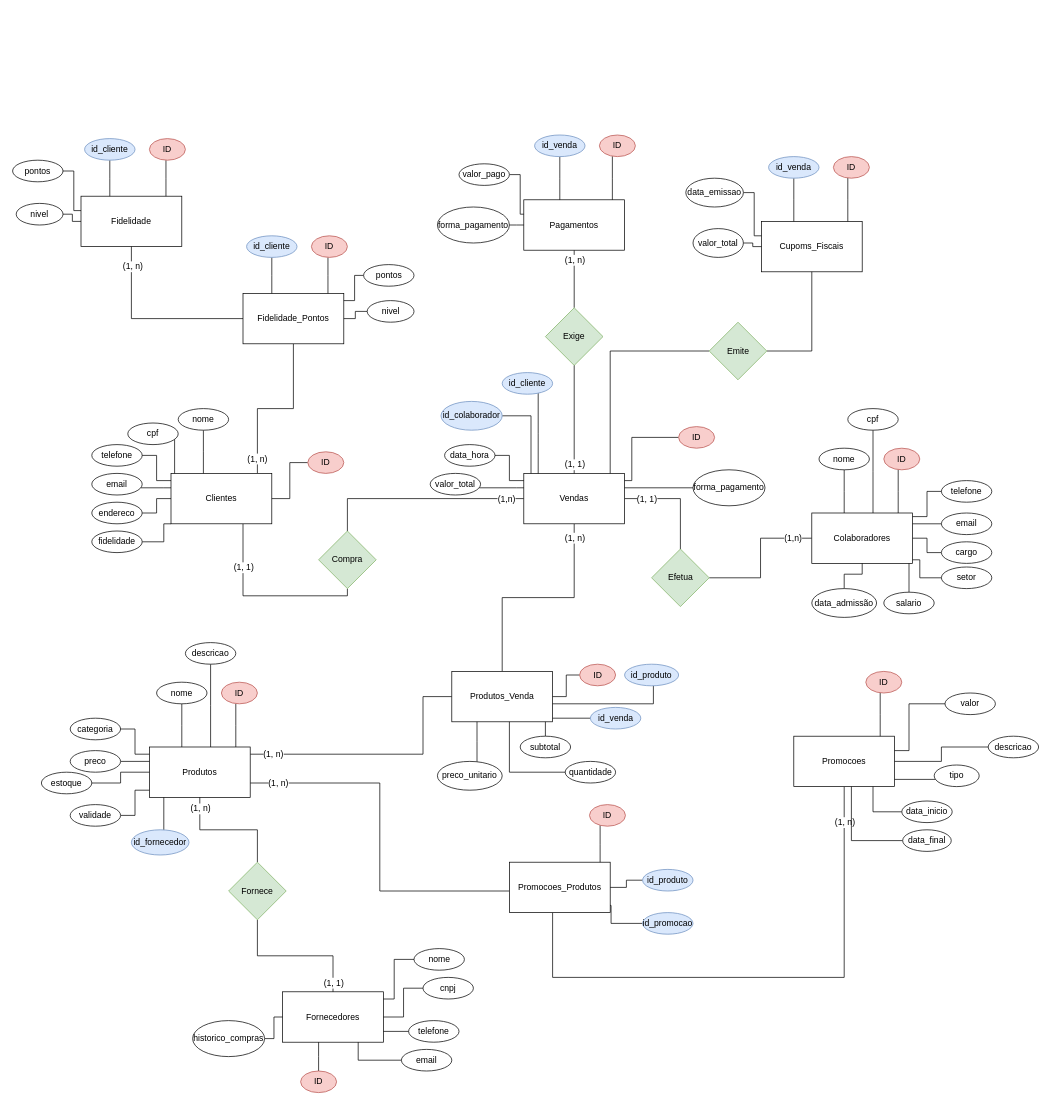
This is sistema_mercado.drawio from rafitsdev/db_supermercado, a draw.io file, before an edit. Source tidied: cells renumbered, new cells numbered last; positions are measured from the earlier drawing's top-left corner, leaving out a move shared by most shapes. Both pictures are drawn from the tidied source at 72%, with x=0, y=0 at pixel (12, 135).
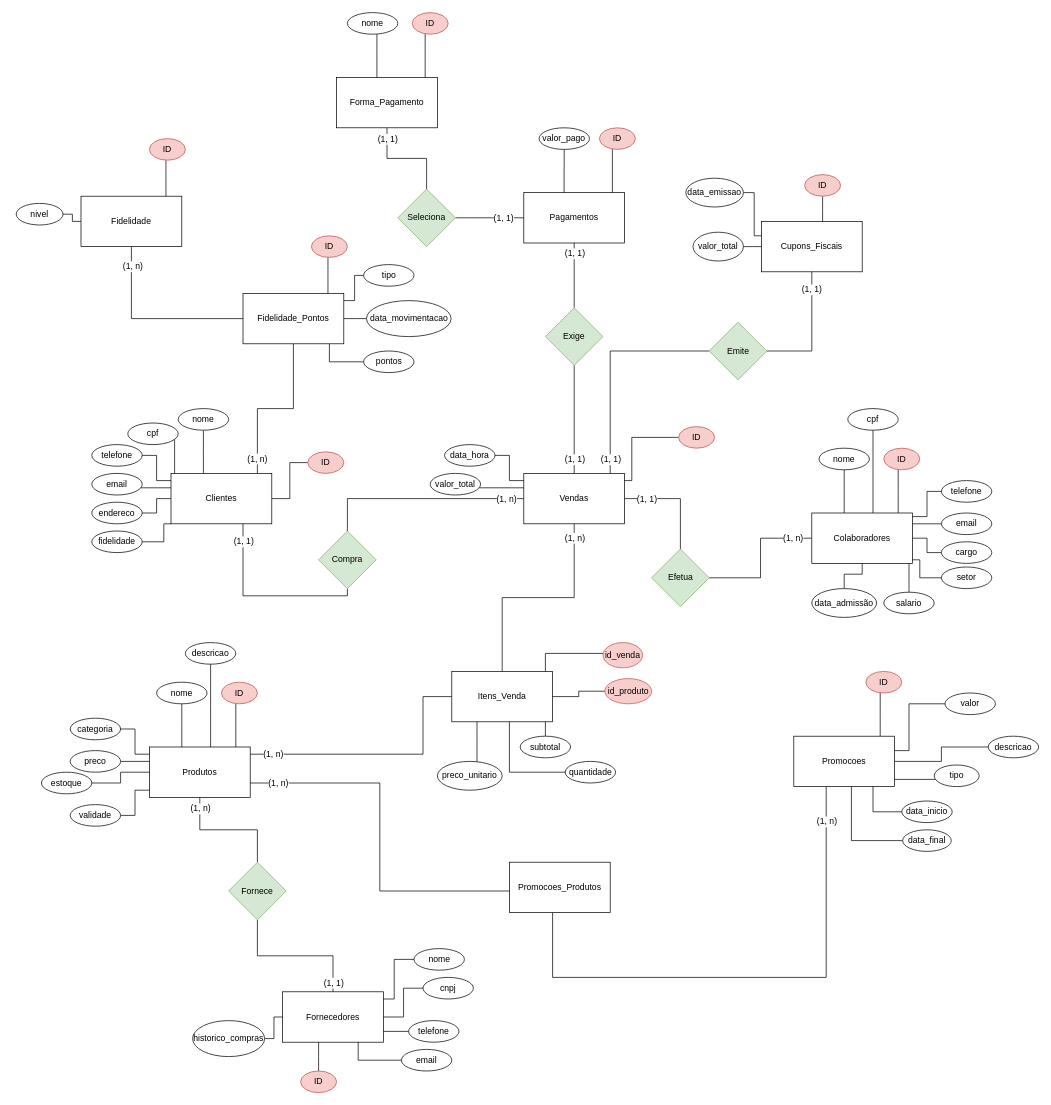
Above is the later version.

The change refers to these unchanged cells:
```xml
<mxCell id="2" style="edgeStyle=orthogonalEdgeStyle;rounded=0;jettySize=auto;html=1;fontSize=12;startSize=8;endSize=8;endArrow=none;startFill=0;" parent="1" edge="1" source="6" target="160">
  <mxGeometry relative="1" as="geometry">
    <Array as="points">
      <mxPoint x="320" y="640" />
      <mxPoint x="465" y="640" />
    </Array>
  </mxGeometry>
</mxCell>
<mxCell id="21" style="edgeStyle=orthogonalEdgeStyle;rounded=0;jettySize=auto;html=1;exitX=0;exitY=0.5;exitDx=0;exitDy=0;fontSize=12;startSize=8;endSize=8;endArrow=none;startFill=0;" parent="1" edge="1" source="23" target="159">
  <mxGeometry relative="1" as="geometry" />
</mxCell>
<mxCell id="59" value="Produtos" style="whiteSpace=wrap;html=1;" parent="1" vertex="1">
  <mxGeometry x="190" y="850" width="140" height="70" as="geometry" />
</mxCell>
<mxCell id="78" style="edgeStyle=orthogonalEdgeStyle;rounded=0;jettySize=auto;html=1;fontSize=12;startSize=8;endSize=8;endArrow=none;startFill=0;" parent="1" edge="1" source="82" target="160">
  <mxGeometry relative="1" as="geometry">
    <Array as="points">
      <mxPoint x="465" y="505" />
    </Array>
  </mxGeometry>
</mxCell>
<mxCell id="82" value="Vendas" style="whiteSpace=wrap;html=1;" parent="1" vertex="1">
  <mxGeometry x="710" y="470" width="140" height="70" as="geometry" />
</mxCell>
<mxCell id="95" style="edgeStyle=orthogonalEdgeStyle;rounded=0;jettySize=auto;html=1;fontSize=12;startSize=8;endSize=8;endArrow=none;startFill=0;" parent="1" edge="1" source="97" target="166">
  <mxGeometry relative="1" as="geometry" />
</mxCell>
<mxCell id="115" value="Fidelidade" style="whiteSpace=wrap;html=1;" parent="1" vertex="1">
  <mxGeometry x="95" y="85" width="140" height="70" as="geometry" />
</mxCell>
<mxCell id="126" value="Promocoes" style="whiteSpace=wrap;html=1;" parent="1" vertex="1">
  <mxGeometry x="1085" y="835" width="140" height="70" as="geometry" />
</mxCell>
<mxCell id="152" value="Promocoes_Produtos" style="whiteSpace=wrap;html=1;" parent="1" vertex="1">
  <mxGeometry x="690" y="1010" width="140" height="70" as="geometry" />
</mxCell>
<mxCell id="167" style="edgeStyle=orthogonalEdgeStyle;rounded=0;jettySize=auto;html=1;fontSize=12;startSize=8;endSize=8;endArrow=none;startFill=0;" parent="1" edge="1" source="166" target="82">
  <mxGeometry relative="1" as="geometry" />
</mxCell>
<mxCell id="169" style="edgeStyle=orthogonalEdgeStyle;rounded=0;jettySize=auto;html=1;fontSize=12;startSize=8;endSize=8;endArrow=none;startFill=0;" parent="1" edge="1" source="171" target="106">
  <mxGeometry relative="1" as="geometry">
    <Array as="points">
      <mxPoint x="1110" y="300" />
    </Array>
  </mxGeometry>
</mxCell>
<mxCell id="170" style="edgeStyle=orthogonalEdgeStyle;rounded=0;jettySize=auto;html=1;fontSize=12;startSize=8;endSize=8;endArrow=none;startFill=0;" parent="1" edge="1" source="171" target="82">
  <mxGeometry relative="1" as="geometry">
    <Array as="points">
      <mxPoint x="830" y="300" />
    </Array>
  </mxGeometry>
</mxCell>
<mxCell id="174" value="Fidelidade_Pontos" style="whiteSpace=wrap;html=1;" parent="1" vertex="1">
  <mxGeometry x="320" y="220" width="140" height="70" as="geometry" />
</mxCell>
```

The edit, as a diff of the source:
```diff
@@
     <mxCell id="3" value="(1, 1)" style="edgeLabel;html=1;align=center;verticalAlign=middle;fontSize=12;" parent="2" vertex="1">
       <mxGeometry x="-0.63" y="2" relative="1" as="geometry">
-        <mxPoint x="-2" y="13" as="offset" />
+        <mxPoint x="-2" y="-23" as="offset" />
       </mxGeometry>
     </mxCell>
@@
-    <mxCell id="22" value="(1,n)" style="edgeLabel;html=1;align=center;verticalAlign=middle;fontSize=12;" parent="21" vertex="1">
+    <mxCell id="22" value="(1, n)" style="edgeLabel;html=1;align=center;verticalAlign=middle;fontSize=12;" parent="21" vertex="1">
       <mxGeometry x="-0.56" relative="1" as="geometry">
         <mxPoint x="16" as="offset" />
       </mxGeometry>
     </mxCell>
@@
-    <mxCell id="74" style="edgeStyle=orthogonalEdgeStyle;rounded=0;jettySize=auto;html=1;fontSize=12;startSize=8;endSize=8;endArrow=none;startFill=0;" parent="1" edge="1" source="75" target="59">
-      <mxGeometry relative="1" as="geometry">
-        <Array as="points">
-          <mxPoint x="210" y="950" />
-          <mxPoint x="210" y="950" />
-        </Array>
-      </mxGeometry>
-    </mxCell>
-    <mxCell id="75" value="id_fornecedor" style="ellipse;whiteSpace=wrap;html=1;align=center;fillColor=#dae8fc;strokeColor=#6c8ebf;" parent="1" vertex="1">
-      <mxGeometry x="165" y="965" width="80" height="35" as="geometry" />
-    </mxCell>
@@
-    <mxCell id="79" value="(1,n)" style="edgeLabel;html=1;align=center;verticalAlign=middle;fontSize=12;" parent="78" vertex="1">
+    <mxCell id="79" value="(1, n)" style="edgeLabel;html=1;align=center;verticalAlign=middle;fontSize=12;" parent="78" vertex="1">
       <mxGeometry x="-0.87" y="5" relative="1" as="geometry">
         <mxPoint x="-6" y="-5" as="offset" />
       </mxGeometry>
     </mxCell>
@@
-    <mxCell id="85" style="edgeStyle=elbowEdgeStyle;rounded=0;jettySize=auto;html=1;fontSize=12;startSize=8;endSize=8;endArrow=none;startFill=0;" parent="1" edge="1" source="86" target="82">
-      <mxGeometry relative="1" as="geometry" />
-    </mxCell>
-    <mxCell id="86" value="id_cliente" style="ellipse;whiteSpace=wrap;html=1;align=center;fillColor=#dae8fc;strokeColor=#6c8ebf;" parent="1" vertex="1">
-      <mxGeometry x="680" y="330" width="70" height="30" as="geometry" />
-    </mxCell>
-    <mxCell id="87" style="edgeStyle=elbowEdgeStyle;rounded=0;jettySize=auto;html=1;fontSize=12;startSize=8;endSize=8;endArrow=none;startFill=0;" parent="1" edge="1" source="88" target="82">
-      <mxGeometry relative="1" as="geometry">
-        <Array as="points">
-          <mxPoint x="720" y="450" />
-        </Array>
-      </mxGeometry>
-    </mxCell>
-    <mxCell id="88" value="id_colaborador" style="ellipse;whiteSpace=wrap;html=1;align=center;fillColor=#dae8fc;strokeColor=#6c8ebf;" parent="1" vertex="1">
-      <mxGeometry x="595" y="370" width="85" height="40" as="geometry" />
-    </mxCell>
@@
-    <mxCell id="92" style="edgeStyle=elbowEdgeStyle;rounded=0;jettySize=auto;html=1;fontSize=12;startSize=8;endSize=8;endArrow=none;startFill=0;" parent="1" edge="1" source="93" target="82">
-      <mxGeometry relative="1" as="geometry">
-        <Array as="points">
-          <mxPoint x="840" y="470" />
-        </Array>
-      </mxGeometry>
-    </mxCell>
-    <mxCell id="93" value="forma_pagamento" style="ellipse;whiteSpace=wrap;html=1;align=center;" parent="1" vertex="1">
-      <mxGeometry x="945" y="465" width="100" height="50" as="geometry" />
-    </mxCell>
@@
-    <mxCell id="96" value="(1, n)" style="edgeLabel;html=1;align=center;verticalAlign=middle;fontSize=12;" parent="95" vertex="1">
+    <mxCell id="96" value="(1, 1)" style="edgeLabel;html=1;align=center;verticalAlign=middle;fontSize=12;" parent="95" vertex="1">
       <mxGeometry x="-0.68" relative="1" as="geometry" />
     </mxCell>
     <mxCell id="97" value="Pagamentos" style="whiteSpace=wrap;html=1;" parent="1" vertex="1">
-      <mxGeometry x="710" y="90" width="140" height="70" as="geometry" />
+      <mxGeometry x="710" y="80" width="140" height="70" as="geometry" />
     </mxCell>
@@
     <mxCell id="99" value="ID" style="ellipse;whiteSpace=wrap;html=1;align=center;fillColor=#f8cecc;strokeColor=#b85450;" parent="1" vertex="1">
-      <mxGeometry x="815" width="50" height="30" as="geometry" />
+      <mxGeometry x="815" y="-10" width="50" height="30" as="geometry" />
     </mxCell>
-    <mxCell id="100" style="edgeStyle=elbowEdgeStyle;rounded=0;jettySize=auto;html=1;fontSize=12;startSize=8;endSize=8;endArrow=none;startFill=0;" parent="1" edge="1" source="101" target="97">
-      <mxGeometry relative="1" as="geometry" />
-    </mxCell>
-    <mxCell id="101" value="id_venda" style="ellipse;whiteSpace=wrap;html=1;align=center;fillColor=#dae8fc;strokeColor=#6c8ebf;" parent="1" vertex="1">
-      <mxGeometry x="725" width="70" height="30" as="geometry" />
-    </mxCell>
     <mxCell id="102" style="edgeStyle=elbowEdgeStyle;rounded=0;jettySize=auto;html=1;fontSize=12;startSize=8;endSize=8;endArrow=none;startFill=0;" parent="1" edge="1" source="103" target="97">
       <mxGeometry relative="1" as="geometry">
         <Array as="points">
-          <mxPoint x="705" y="110" />
+          <mxPoint x="766" y="50" />
         </Array>
       </mxGeometry>
     </mxCell>
     <mxCell id="103" value="valor_pago" style="ellipse;whiteSpace=wrap;html=1;align=center;" parent="1" vertex="1">
-      <mxGeometry x="620" y="40" width="70" height="30" as="geometry" />
+      <mxGeometry x="731.2" y="-10" width="70" height="30" as="geometry" />
     </mxCell>
-    <mxCell id="104" style="edgeStyle=elbowEdgeStyle;rounded=0;jettySize=auto;html=1;fontSize=12;startSize=8;endSize=8;endArrow=none;startFill=0;" parent="1" edge="1" source="105" target="97">
-      <mxGeometry relative="1" as="geometry" />
-    </mxCell>
-    <mxCell id="105" value="forma_pagamento" style="ellipse;whiteSpace=wrap;html=1;align=center;" parent="1" vertex="1">
-      <mxGeometry x="590" y="100" width="100" height="50" as="geometry" />
-    </mxCell>
-    <mxCell id="106" value="Cupoms_Fiscais" style="whiteSpace=wrap;html=1;" parent="1" vertex="1">
+    <mxCell id="106" value="Cupons_Fiscais" style="whiteSpace=wrap;html=1;" parent="1" vertex="1">
       <mxGeometry x="1040" y="120" width="140" height="70" as="geometry" />
     </mxCell>
@@
     <mxCell id="108" value="ID" style="ellipse;whiteSpace=wrap;html=1;align=center;fillColor=#f8cecc;strokeColor=#b85450;" parent="1" vertex="1">
-      <mxGeometry x="1140" y="30" width="50" height="30" as="geometry" />
+      <mxGeometry x="1100" y="55" width="50" height="30" as="geometry" />
     </mxCell>
-    <mxCell id="109" style="edgeStyle=elbowEdgeStyle;rounded=0;jettySize=auto;html=1;fontSize=12;startSize=8;endSize=8;endArrow=none;startFill=0;" parent="1" edge="1" source="110" target="106">
-      <mxGeometry relative="1" as="geometry" />
-    </mxCell>
-    <mxCell id="110" value="id_venda" style="ellipse;whiteSpace=wrap;html=1;align=center;fillColor=#dae8fc;strokeColor=#6c8ebf;" parent="1" vertex="1">
-      <mxGeometry x="1050" y="30" width="70" height="30" as="geometry" />
-    </mxCell>
@@
     <mxCell id="114" value="valor_total" style="ellipse;whiteSpace=wrap;html=1;align=center;" parent="1" vertex="1">
-      <mxGeometry x="945" y="130" width="70" height="40" as="geometry" />
+      <mxGeometry x="945" y="135" width="70" height="40" as="geometry" />
     </mxCell>
@@
-    <mxCell id="118" style="edgeStyle=elbowEdgeStyle;rounded=0;jettySize=auto;html=1;fontSize=12;startSize=8;endSize=8;endArrow=none;startFill=0;" parent="1" edge="1" source="119" target="115">
-      <mxGeometry relative="1" as="geometry" />
-    </mxCell>
-    <mxCell id="119" value="id_cliente" style="ellipse;whiteSpace=wrap;html=1;align=center;fillColor=#dae8fc;strokeColor=#6c8ebf;" parent="1" vertex="1">
-      <mxGeometry x="100" y="5" width="70" height="30" as="geometry" />
-    </mxCell>
-    <mxCell id="120" style="edgeStyle=elbowEdgeStyle;rounded=0;jettySize=auto;html=1;fontSize=12;startSize=8;endSize=8;endArrow=none;startFill=0;" parent="1" edge="1" source="121" target="115">
-      <mxGeometry relative="1" as="geometry">
-        <Array as="points">
-          <mxPoint x="85" y="105" />
-        </Array>
-      </mxGeometry>
-    </mxCell>
-    <mxCell id="121" value="pontos" style="ellipse;whiteSpace=wrap;html=1;align=center;" parent="1" vertex="1">
-      <mxGeometry y="35" width="70" height="30" as="geometry" />
-    </mxCell>
@@
     <mxCell id="124" style="edgeStyle=orthogonalEdgeStyle;rounded=0;jettySize=auto;html=1;fontSize=12;startSize=8;endSize=8;endArrow=none;startFill=0;" parent="1" edge="1" source="126" target="152">
       <mxGeometry relative="1" as="geometry">
         <Array as="points">
-          <mxPoint x="1155" y="1170" />
+          <mxPoint x="1130" y="1170" />
           <mxPoint x="750" y="1170" />
         </Array>
       </mxGeometry>
     </mxCell>
@@
-    <mxCell id="139" value="Produtos_Venda" style="whiteSpace=wrap;html=1;" parent="1" vertex="1">
+    <mxCell id="139" value="Itens_Venda" style="whiteSpace=wrap;html=1;" parent="1" vertex="1">
       <mxGeometry x="610" y="745" width="140" height="70" as="geometry" />
     </mxCell>
-    <mxCell id="140" style="edgeStyle=elbowEdgeStyle;rounded=0;jettySize=auto;html=1;fontSize=12;startSize=8;endSize=8;endArrow=none;startFill=0;" parent="1" edge="1" source="141" target="139">
-      <mxGeometry relative="1" as="geometry" />
-    </mxCell>
-    <mxCell id="141" value="ID" style="ellipse;whiteSpace=wrap;html=1;align=center;fillColor=#f8cecc;strokeColor=#b85450;" parent="1" vertex="1">
-      <mxGeometry x="787.5" y="735" width="50" height="30" as="geometry" />
-    </mxCell>
-    <mxCell id="142" style="edgeStyle=elbowEdgeStyle;rounded=0;jettySize=auto;html=1;fontSize=12;startSize=8;endSize=8;endArrow=none;startFill=0;" parent="1" edge="1" source="143" target="139">
-      <mxGeometry relative="1" as="geometry">
-        <Array as="points">
-          <mxPoint x="830" y="795" />
-        </Array>
-      </mxGeometry>
-    </mxCell>
-    <mxCell id="143" value="id_venda" style="ellipse;whiteSpace=wrap;html=1;align=center;fillColor=#dae8fc;strokeColor=#6c8ebf;" parent="1" vertex="1">
-      <mxGeometry x="802.5" y="795" width="70" height="30" as="geometry" />
-    </mxCell>
-    <mxCell id="144" style="edgeStyle=elbowEdgeStyle;rounded=0;jettySize=auto;html=1;fontSize=12;startSize=8;endSize=8;endArrow=none;startFill=0;" parent="1" edge="1" source="145" target="139">
-      <mxGeometry relative="1" as="geometry">
-        <Array as="points">
-          <mxPoint x="890" y="790" />
-        </Array>
-      </mxGeometry>
-    </mxCell>
-    <mxCell id="145" value="id_produto" style="ellipse;whiteSpace=wrap;html=1;align=center;fillColor=#dae8fc;strokeColor=#6c8ebf;" parent="1" vertex="1">
-      <mxGeometry x="850" y="735" width="75" height="30" as="geometry" />
-    </mxCell>
@@
-    <mxCell id="153" style="edgeStyle=elbowEdgeStyle;rounded=0;jettySize=auto;html=1;fontSize=12;startSize=8;endSize=8;endArrow=none;startFill=0;" parent="1" edge="1" source="154" target="152">
-      <mxGeometry relative="1" as="geometry" />
-    </mxCell>
-    <mxCell id="154" value="ID" style="ellipse;whiteSpace=wrap;html=1;align=center;fillColor=#f8cecc;strokeColor=#b85450;" parent="1" vertex="1">
-      <mxGeometry x="801.2" y="930" width="50" height="30" as="geometry" />
-    </mxCell>
-    <mxCell id="155" style="edgeStyle=elbowEdgeStyle;rounded=0;jettySize=auto;html=1;fontSize=12;startSize=8;endSize=8;endArrow=none;startFill=0;" parent="1" edge="1" source="156" target="152">
-      <mxGeometry relative="1" as="geometry">
-        <Array as="points">
-          <mxPoint x="831.2" y="1070" />
-        </Array>
-      </mxGeometry>
-    </mxCell>
-    <mxCell id="156" value="id_promocao" style="ellipse;whiteSpace=wrap;html=1;align=center;fillColor=#dae8fc;strokeColor=#6c8ebf;" parent="1" vertex="1">
-      <mxGeometry x="875" y="1080" width="70" height="30" as="geometry" />
-    </mxCell>
-    <mxCell id="157" style="edgeStyle=orthogonalEdgeStyle;rounded=0;jettySize=auto;html=1;fontSize=12;startSize=8;endSize=8;endArrow=none;startFill=0;" parent="1" edge="1" source="158" target="152">
-      <mxGeometry relative="1" as="geometry" />
-    </mxCell>
-    <mxCell id="158" value="id_produto" style="ellipse;whiteSpace=wrap;html=1;align=center;fillColor=#dae8fc;strokeColor=#6c8ebf;" parent="1" vertex="1">
-      <mxGeometry x="875" y="1020" width="70" height="30" as="geometry" />
-    </mxCell>
@@
     <mxCell id="168" value="(1, 1)" style="edgeLabel;html=1;align=center;verticalAlign=middle;fontSize=12;" parent="167" vertex="1">
-      <mxGeometry x="0.83" relative="1" as="geometry" />
+      <mxGeometry x="0.83" relative="1" as="geometry">
+        <mxPoint y="-7" as="offset" />
+      </mxGeometry>
     </mxCell>
@@
+    <mxCell id="183" value="(1, 1)" style="edgeLabel;html=1;align=center;verticalAlign=middle;fontSize=12;" parent="169" vertex="1">
+      <mxGeometry x="0.72" y="1" relative="1" as="geometry" />
+    </mxCell>
@@
+    <mxCell id="184" value="(1, 1)" style="edgeLabel;html=1;align=center;verticalAlign=middle;fontSize=12;" parent="170" vertex="1">
+      <mxGeometry x="0.87" y="3" relative="1" as="geometry">
+        <mxPoint x="-3" as="offset" />
+      </mxGeometry>
+    </mxCell>
@@
-    <mxCell id="177" style="edgeStyle=elbowEdgeStyle;rounded=0;jettySize=auto;html=1;fontSize=12;startSize=8;endSize=8;endArrow=none;startFill=0;" parent="1" edge="1" source="178" target="174">
-      <mxGeometry relative="1" as="geometry" />
-    </mxCell>
-    <mxCell id="178" value="id_cliente" style="ellipse;whiteSpace=wrap;html=1;align=center;fillColor=#dae8fc;strokeColor=#6c8ebf;" parent="1" vertex="1">
-      <mxGeometry x="325" y="140" width="70" height="30" as="geometry" />
-    </mxCell>
@@
-    <mxCell id="180" value="pontos" style="ellipse;whiteSpace=wrap;html=1;align=center;" parent="1" vertex="1">
+    <mxCell id="180" value="tipo" style="ellipse;whiteSpace=wrap;html=1;align=center;" parent="1" vertex="1">
       <mxGeometry x="487.5" y="180" width="70" height="30" as="geometry" />
     </mxCell>
@@
-    <mxCell id="182" value="nivel" style="ellipse;whiteSpace=wrap;html=1;align=center;" parent="1" vertex="1">
-      <mxGeometry x="492.5" y="230" width="65" height="30" as="geometry" />
+    <mxCell id="182" value="data_movimentacao" style="ellipse;whiteSpace=wrap;html=1;align=center;" parent="1" vertex="1">
+      <mxGeometry x="491.5" y="230" width="117.5" height="50" as="geometry" />
     </mxCell>
+    <mxCell id="185" value="Forma_P&lt;span style=&quot;background-color: transparent; color: light-dark(rgb(0, 0, 0), rgb(255, 255, 255));&quot;&gt;agamento&lt;/span&gt;" style="whiteSpace=wrap;html=1;" parent="1" vertex="1">
+      <mxGeometry x="450" y="-80" width="140" height="70" as="geometry" />
+    </mxCell>
+    <mxCell id="186" style="edgeStyle=elbowEdgeStyle;rounded=0;jettySize=auto;html=1;fontSize=12;startSize=8;endSize=8;endArrow=none;startFill=0;" parent="1" edge="1" source="187" target="185">
+      <mxGeometry relative="1" as="geometry" />
+    </mxCell>
+    <mxCell id="187" value="ID" style="ellipse;whiteSpace=wrap;html=1;align=center;fillColor=#f8cecc;strokeColor=#b85450;" parent="1" vertex="1">
+      <mxGeometry x="555" y="-170" width="50" height="30" as="geometry" />
+    </mxCell>
+    <mxCell id="188" style="edgeStyle=elbowEdgeStyle;rounded=0;jettySize=auto;html=1;fontSize=12;startSize=8;endSize=8;endArrow=none;startFill=0;" parent="1" edge="1" source="189" target="185">
+      <mxGeometry relative="1" as="geometry">
+        <Array as="points">
+          <mxPoint x="506" y="-110" />
+        </Array>
+      </mxGeometry>
+    </mxCell>
+    <mxCell id="189" value="nome" style="ellipse;whiteSpace=wrap;html=1;align=center;" parent="1" vertex="1">
+      <mxGeometry x="465" y="-170" width="70" height="30" as="geometry" />
+    </mxCell>
+    <mxCell id="190" style="edgeStyle=orthogonalEdgeStyle;rounded=0;jettySize=auto;html=1;fontSize=12;startSize=8;endSize=8;endArrow=none;startFill=0;" parent="1" edge="1" source="194" target="185">
+      <mxGeometry relative="1" as="geometry" />
+    </mxCell>
+    <mxCell id="191" value="(1, 1)" style="edgeLabel;html=1;align=center;verticalAlign=middle;fontSize=12;" parent="190" vertex="1">
+      <mxGeometry x="0.84" relative="1" as="geometry">
+        <mxPoint y="4" as="offset" />
+      </mxGeometry>
+    </mxCell>
+    <mxCell id="192" style="edgeStyle=orthogonalEdgeStyle;rounded=0;jettySize=auto;html=1;fontSize=12;startSize=8;endSize=8;endArrow=none;startFill=0;" parent="1" edge="1" source="194" target="97">
+      <mxGeometry relative="1" as="geometry" />
+    </mxCell>
+    <mxCell id="193" value="(1, 1)" style="edgeLabel;html=1;align=center;verticalAlign=middle;fontSize=12;" parent="192" vertex="1">
+      <mxGeometry x="0.57" y="-1" relative="1" as="geometry">
+        <mxPoint x="-9" y="-1" as="offset" />
+      </mxGeometry>
+    </mxCell>
+    <mxCell id="194" value="Seleciona" style="rhombus;whiteSpace=wrap;html=1;fillColor=#d5e8d4;strokeColor=#82b366;" parent="1" vertex="1">
+      <mxGeometry x="535" y="75" width="80" height="80" as="geometry" />
+    </mxCell>
+    <mxCell id="195" style="edgeStyle=orthogonalEdgeStyle;rounded=0;jettySize=auto;html=1;fontSize=12;startSize=8;endSize=8;endArrow=none;startFill=0;" parent="1" edge="1" source="121" target="174">
+      <mxGeometry relative="1" as="geometry">
+        <Array as="points">
+          <mxPoint x="440" y="315" />
+        </Array>
+      </mxGeometry>
+    </mxCell>
+    <mxCell id="121" value="pontos" style="ellipse;whiteSpace=wrap;html=1;align=center;" parent="1" vertex="1">
+      <mxGeometry x="487.5" y="300" width="70" height="30" as="geometry" />
+    </mxCell>
+    <mxCell id="196" style="edgeStyle=orthogonalEdgeStyle;rounded=0;jettySize=auto;html=1;fontSize=12;startSize=8;endSize=8;endArrow=none;startFill=0;" parent="1" edge="1" source="197" target="139">
+      <mxGeometry relative="1" as="geometry">
+        <Array as="points">
+          <mxPoint x="740" y="720" />
+        </Array>
+      </mxGeometry>
+    </mxCell>
+    <mxCell id="197" value="id_venda" style="ellipse;whiteSpace=wrap;html=1;align=center;fillColor=#f8cecc;strokeColor=#b85450;" parent="1" vertex="1">
+      <mxGeometry x="820" y="705" width="55" height="35" as="geometry" />
+    </mxCell>
+    <mxCell id="198" style="edgeStyle=orthogonalEdgeStyle;rounded=0;jettySize=auto;html=1;fontSize=12;startSize=8;endSize=8;endArrow=none;startFill=0;" parent="1" edge="1" source="199" target="139">
+      <mxGeometry relative="1" as="geometry" />
+    </mxCell>
+    <mxCell id="199" value="id_produto" style="ellipse;whiteSpace=wrap;html=1;align=center;fillColor=#f8cecc;strokeColor=#b85450;" parent="1" vertex="1">
+      <mxGeometry x="822.5" y="755" width="65" height="35" as="geometry" />
+    </mxCell>
```
